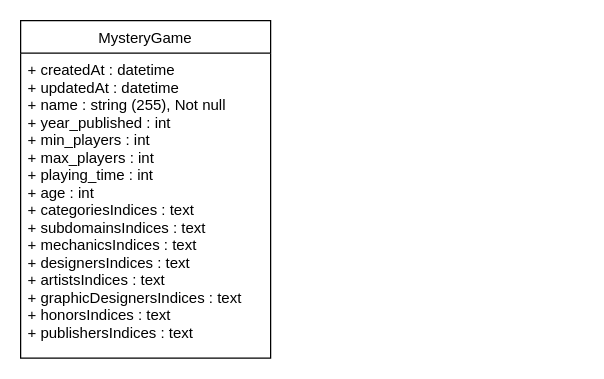
Earlier version of the draw.io diagram .doc/uml/mysteryGame.drawio (Dens26/j2s). Source tidied: cells renumbered, new cells numbered last; positions are measured from the earlier drawing's top-left corner, leaving out a move shared by most shapes. Both pictures are drawn from the tidied source at 125%, with x=0, y=0 at pixel (20, 20).
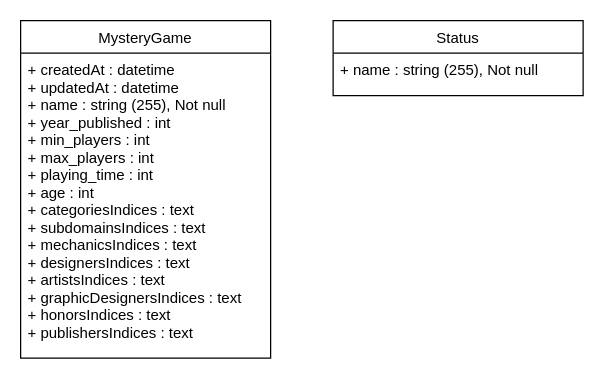
After the change.

The edit, as a diff of the source:
```diff
@@
 <mxGraphModel>
   <root>
     <mxCell id="0" />
     <mxCell id="1" parent="0" />
     <mxCell id="2" value="MysteryGame" style="swimlane;fontStyle=0;horizontal=1;startSize=26;fillColor=none;" parent="1" vertex="1">
       <mxGeometry width="200" height="270" as="geometry" />
     </mxCell>
     <mxCell id="3" value="+ createdAt : datetime&#10;+ updatedAt : datetime &#10;+ name : string (255), Not null&#10;+ year_published : int&#10;+ min_players : int&#10;+ max_players : int&#10;+ playing_time : int&#10;+ age : int&#10;+ categoriesIndices : text&#10;+ subdomainsIndices : text&#10;+ mechanicsIndices : text&#10;+ designersIndices : text&#10;+ artistsIndices : text&#10;+ graphicDesignersIndices : text&#10;+ honorsIndices : text&#10;+ publishersIndices : text" style="text;strokeColor=none;fillColor=none;align=left;verticalAlign=top;spacingLeft=4;spacingRight=4;overflow=hidden;" parent="2" vertex="1">
       <mxGeometry y="26" width="200" height="244" as="geometry" />
     </mxCell>
+    <mxCell id="4" value="Status" style="swimlane;fontStyle=0;horizontal=1;startSize=26;fillColor=none;" parent="1" vertex="1">
+      <mxGeometry x="250" width="200" height="60" as="geometry" />
+    </mxCell>
+    <mxCell id="5" value="+ name : string (255), Not null" style="text;strokeColor=none;fillColor=none;align=left;verticalAlign=top;spacingLeft=4;spacingRight=4;overflow=hidden;" parent="4" vertex="1">
+      <mxGeometry y="26" width="200" height="34" as="geometry" />
+    </mxCell>
   </root>
 </mxGraphModel>
```
